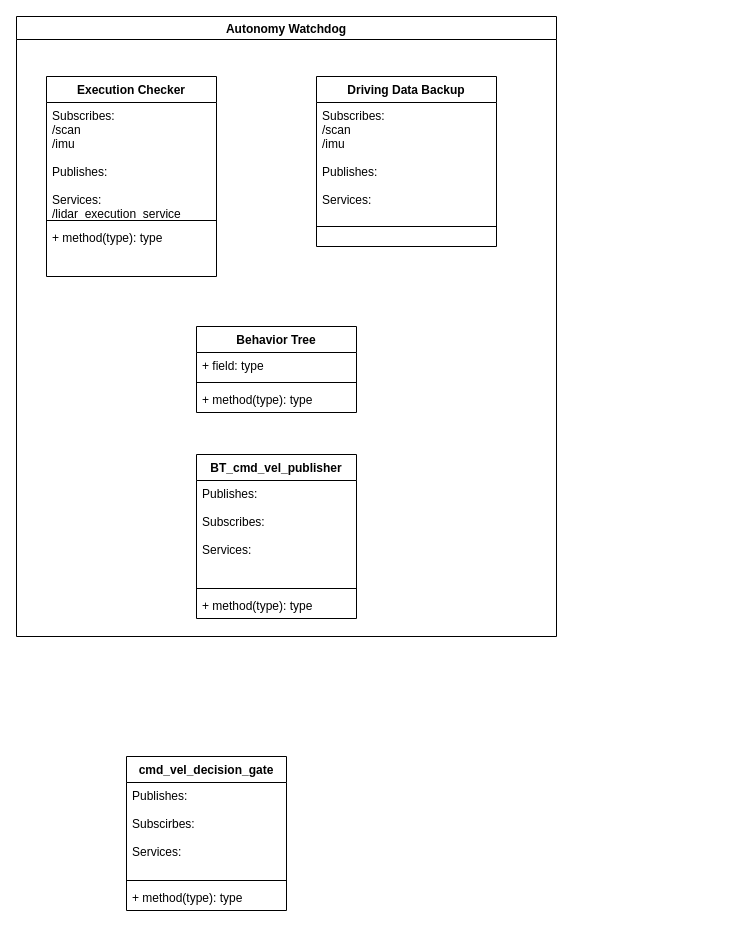
Earlier version of the draw.io diagram Presentations/diagrams/detail_architecture_watch.drawio (mounteverset/behavior_planning). Source tidied: cells renumbered, new cells numbered last; positions are measured from the earlier drawing's top-left corner, leaving out a move shared by most shapes. Both pictures are drawn from the tidied source at 100%, with x=0, y=0 at pixel (16, 16).
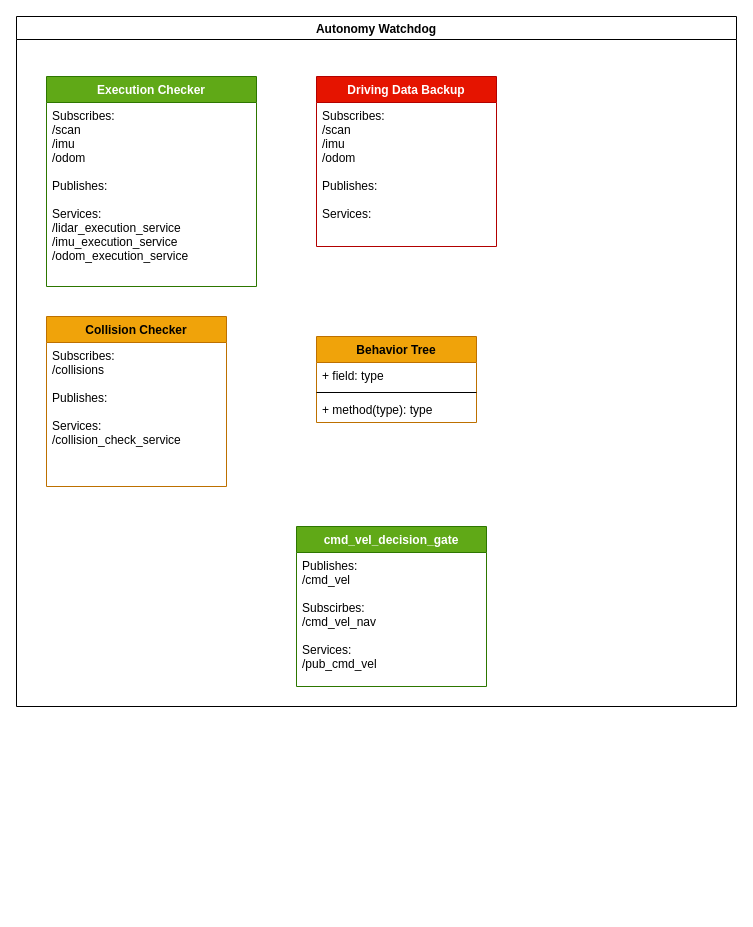
The same page after the edit.

Change to the diagram source:
```diff
@@
     <mxCell id="2" value="Autonomy Watchdog" style="swimlane;" parent="1" vertex="1">
-      <mxGeometry width="540" height="620" as="geometry" />
+      <mxGeometry width="720" height="690" as="geometry" />
     </mxCell>
-    <mxCell id="3" value="Driving Data Backup" style="swimlane;fontStyle=1;align=center;verticalAlign=top;horizontal=1;startSize=26;" parent="2" vertex="1">
+    <mxCell id="3" value="Driving Data Backup" style="swimlane;fontStyle=1;align=center;verticalAlign=top;horizontal=1;startSize=26;fillColor=#e51400;fontColor=#ffffff;strokeColor=#B20000;" parent="2" vertex="1">
       <mxGeometry x="300" y="60" width="180" height="170" as="geometry" />
     </mxCell>
-    <mxCell id="4" value="Subscribes:&#10;/scan&#10;/imu&#10;&#10;Publishes:&#10;&#10;Services:&#10;&#10;&#10;&#10;" style="text;strokeColor=none;fillColor=none;align=left;verticalAlign=top;spacingLeft=4;spacingRight=4;overflow=hidden;" parent="3" vertex="1">
-      <mxGeometry y="26" width="180" height="104" as="geometry" />
+    <mxCell id="4" value="Subscribes:&#10;/scan&#10;/imu&#10;/odom&#10;&#10;Publishes:&#10;&#10;Services:&#10;&#10;&#10;&#10;" style="text;strokeColor=none;fillColor=none;align=left;verticalAlign=top;spacingLeft=4;spacingRight=4;overflow=hidden;" parent="3" vertex="1">
+      <mxGeometry y="26" width="180" height="144" as="geometry" />
     </mxCell>
-    <mxCell id="5" style="line;strokeWidth=1;fillColor=none;align=left;verticalAlign=middle;spacingTop=-1;spacingLeft=3;spacingRight=3;labelPosition=right;" parent="3" vertex="1">
-      <mxGeometry y="130" width="180" height="40" as="geometry" />
-    </mxCell>
-    <mxCell id="6" value="Execution Checker" style="swimlane;fontStyle=1;align=center;verticalAlign=top;horizontal=1;startSize=26;" parent="2" vertex="1">
-      <mxGeometry x="30" y="60" width="170" height="200" as="geometry" />
+    <mxCell id="6" value="Execution Checker" style="swimlane;fontStyle=1;align=center;verticalAlign=top;horizontal=1;startSize=26;fillColor=#60a917;fontColor=#ffffff;strokeColor=#2D7600;" parent="2" vertex="1">
+      <mxGeometry x="30" y="60" width="210" height="210" as="geometry" />
     </mxCell>
-    <mxCell id="7" value="Subscribes:&#10;/scan&#10;/imu&#10;&#10;Publishes:&#10;&#10;Services:&#10;/lidar_execution_service" style="text;strokeColor=none;fillColor=none;align=left;verticalAlign=top;spacingLeft=4;spacingRight=4;overflow=hidden;" parent="6" vertex="1">
-      <mxGeometry y="26" width="170" height="114" as="geometry" />
+    <mxCell id="7" value="Subscribes:&#10;/scan&#10;/imu&#10;/odom&#10;&#10;Publishes:&#10;&#10;Services:&#10;/lidar_execution_service&#10;/imu_execution_service&#10;/odom_execution_service" style="text;strokeColor=none;fillColor=none;align=left;verticalAlign=top;spacingLeft=4;spacingRight=4;overflow=hidden;" parent="6" vertex="1">
+      <mxGeometry y="26" width="210" height="184" as="geometry" />
     </mxCell>
-    <mxCell id="8" style="line;strokeWidth=1;fillColor=none;align=left;verticalAlign=middle;spacingTop=-1;spacingLeft=3;spacingRight=3;labelPosition=right;" parent="6" vertex="1">
-      <mxGeometry y="140" width="170" height="8" as="geometry" />
-    </mxCell>
-    <mxCell id="9" value="+ method(type): type" style="text;strokeColor=none;fillColor=none;align=left;verticalAlign=top;spacingLeft=4;spacingRight=4;overflow=hidden;" parent="6" vertex="1">
-      <mxGeometry y="148" width="170" height="52" as="geometry" />
-    </mxCell>
-    <mxCell id="10" value="BT_cmd_vel_publisher" style="swimlane;fontStyle=1;align=center;verticalAlign=top;horizontal=1;startSize=26;" parent="2" vertex="1">
-      <mxGeometry x="180" y="438" width="160" height="164" as="geometry" />
-    </mxCell>
-    <mxCell id="11" value="Publishes:&#10;&#10;Subscribes:&#10;&#10;Services:" style="text;strokeColor=none;fillColor=none;align=left;verticalAlign=top;spacingLeft=4;spacingRight=4;overflow=hidden;" parent="10" vertex="1">
-      <mxGeometry y="26" width="160" height="104" as="geometry" />
-    </mxCell>
-    <mxCell id="12" style="line;strokeWidth=1;fillColor=none;align=left;verticalAlign=middle;spacingTop=-1;spacingLeft=3;spacingRight=3;labelPosition=right;" parent="10" vertex="1">
-      <mxGeometry y="130" width="160" height="8" as="geometry" />
-    </mxCell>
-    <mxCell id="13" value="+ method(type): type" style="text;strokeColor=none;fillColor=none;align=left;verticalAlign=top;spacingLeft=4;spacingRight=4;overflow=hidden;" parent="10" vertex="1">
-      <mxGeometry y="138" width="160" height="26" as="geometry" />
-    </mxCell>
-    <mxCell id="14" value="Behavior Tree" style="swimlane;fontStyle=1;align=center;verticalAlign=top;horizontal=1;startSize=26;" parent="2" vertex="1">
-      <mxGeometry x="180" y="310" width="160" height="86" as="geometry" />
+    <mxCell id="14" value="Behavior Tree" style="swimlane;fontStyle=1;align=center;verticalAlign=top;horizontal=1;startSize=26;fillColor=#f0a30a;fontColor=#000000;strokeColor=#BD7000;" parent="2" vertex="1">
+      <mxGeometry x="300" y="320" width="160" height="86" as="geometry" />
     </mxCell>
@@
-    <mxCell id="18" value="cmd_vel_decision_gate" style="swimlane;fontStyle=1;align=center;verticalAlign=top;horizontal=1;startSize=26;" parent="1" vertex="1">
-      <mxGeometry x="110" y="740" width="160" height="154" as="geometry" />
+    <mxCell id="18" value="cmd_vel_decision_gate" style="swimlane;fontStyle=1;align=center;verticalAlign=top;horizontal=1;startSize=26;fillColor=#60a917;fontColor=#ffffff;strokeColor=#2D7600;" parent="2" vertex="1">
+      <mxGeometry x="280" y="510" width="190" height="160" as="geometry" />
     </mxCell>
-    <mxCell id="19" value="Publishes:&#10;&#10;Subscirbes:&#10;&#10;Services:" style="text;strokeColor=none;fillColor=none;align=left;verticalAlign=top;spacingLeft=4;spacingRight=4;overflow=hidden;" parent="18" vertex="1">
-      <mxGeometry y="26" width="160" height="94" as="geometry" />
+    <mxCell id="19" value="Publishes:&#10;/cmd_vel&#10;&#10;Subscirbes:&#10;/cmd_vel_nav&#10;&#10;Services:&#10;/pub_cmd_vel" style="text;strokeColor=none;fillColor=none;align=left;verticalAlign=top;spacingLeft=4;spacingRight=4;overflow=hidden;" parent="18" vertex="1">
+      <mxGeometry y="26" width="190" height="134" as="geometry" />
     </mxCell>
-    <mxCell id="20" style="line;strokeWidth=1;fillColor=none;align=left;verticalAlign=middle;spacingTop=-1;spacingLeft=3;spacingRight=3;labelPosition=right;" parent="18" vertex="1">
-      <mxGeometry y="120" width="160" height="8" as="geometry" />
-    </mxCell>
-    <mxCell id="21" value="+ method(type): type" style="text;strokeColor=none;fillColor=none;align=left;verticalAlign=top;spacingLeft=4;spacingRight=4;overflow=hidden;" parent="18" vertex="1">
-      <mxGeometry y="128" width="160" height="26" as="geometry" />
+    <mxCell id="21" value="Collision Checker" style="swimlane;fontStyle=1;align=center;verticalAlign=top;horizontal=1;startSize=26;fillColor=#f0a30a;fontColor=#000000;strokeColor=#BD7000;" parent="2" vertex="1">
+      <mxGeometry x="30" y="300" width="180" height="170" as="geometry" />
     </mxCell>
+    <mxCell id="22" value="Subscribes:&#10;/collisions&#10;&#10;Publishes:&#10;&#10;Services:&#10;/collision_check_service&#10;&#10;&#10;&#10;" style="text;strokeColor=none;fillColor=none;align=left;verticalAlign=top;spacingLeft=4;spacingRight=4;overflow=hidden;" parent="21" vertex="1">
+      <mxGeometry y="26" width="180" height="144" as="geometry" />
+    </mxCell>
```
